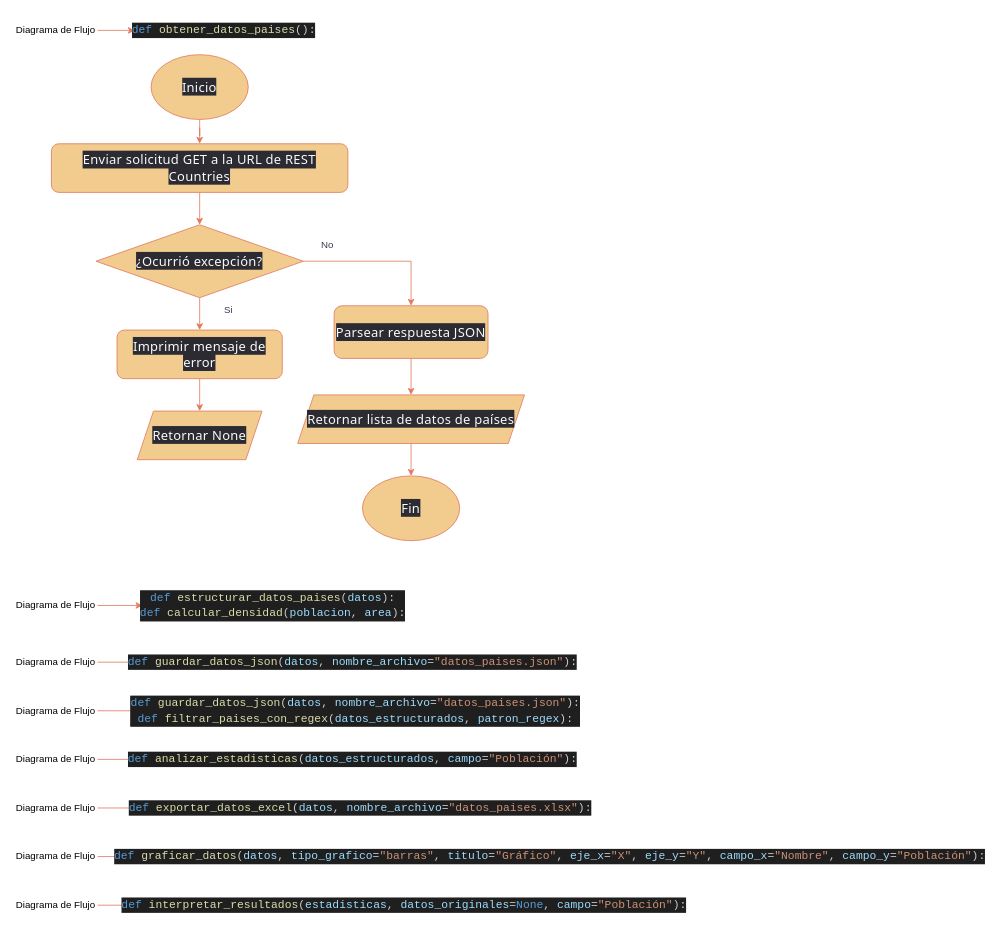
Earlier version of the draw.io diagram Diagrama.drawio (uanlCDMR-gif/PIA_G2). Source tidied: cells renumbered, new cells numbered last; positions are measured from the earlier drawing's top-left corner, leaving out a move shared by most shapes. Both pictures are drawn from the tidied source at 81%, with x=0, y=0 at pixel (14, 14).
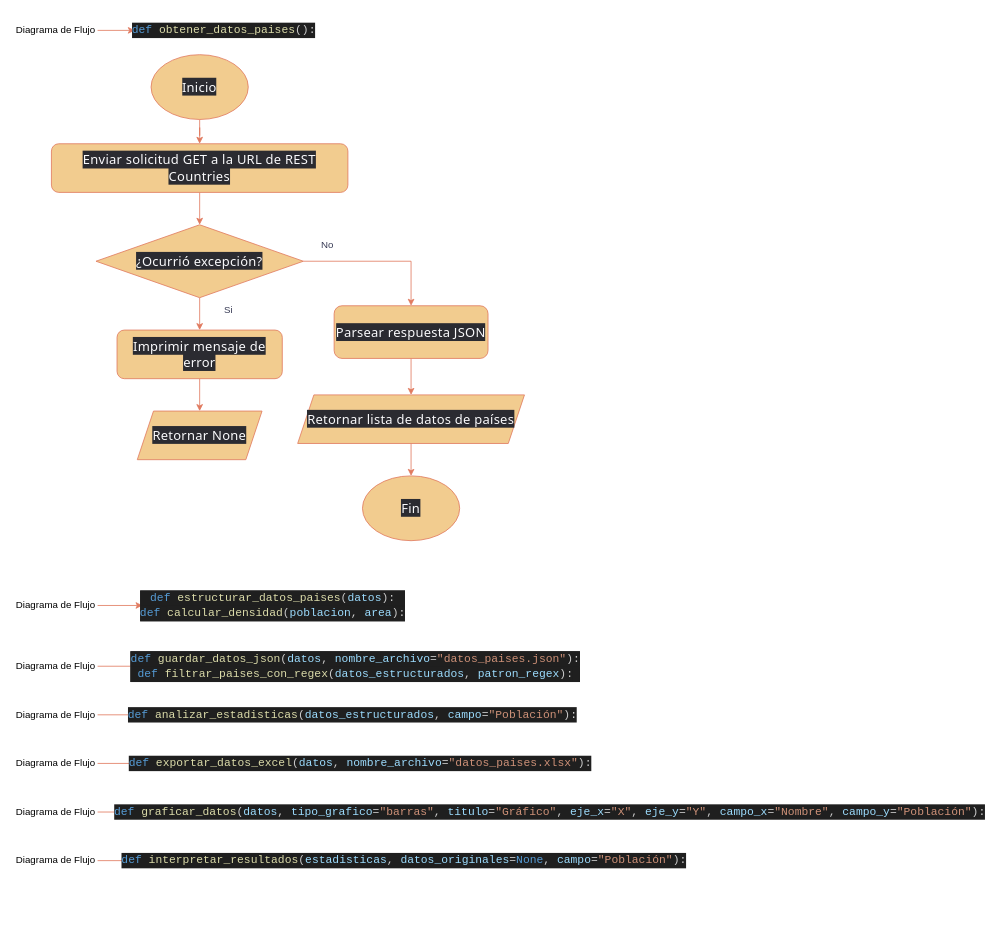
The same page after the edit.

The edit, as a diff of the source:
```diff
@@
-    <mxCell id="25" style="edgeStyle=orthogonalEdgeStyle;rounded=0;jettySize=auto;html=1;strokeColor=#E07A5F;fontColor=#393C56;fillColor=#F2CC8F;" parent="1" edge="1" source="26" target="27">
-      <mxGeometry relative="1" as="geometry" />
-    </mxCell>
-    <mxCell id="26" value="&lt;font style=&quot;color: light-dark(rgb(0, 0, 0), rgb(205, 162, 190));&quot;&gt;Diagrama de Flujo&lt;/font&gt;" style="text;html=1;align=center;verticalAlign=middle;whiteSpace=wrap;rounded=0;fontColor=#393C56;" parent="1" vertex="1">
-      <mxGeometry y="785" width="103" height="30" as="geometry" />
-    </mxCell>
-    <mxCell id="27" value="&lt;div style=&quot;color: rgb(204, 204, 204); background-color: rgb(31, 31, 31); font-family: Consolas, &amp;quot;Courier New&amp;quot;, monospace; font-size: 14px; line-height: 19px; white-space: pre;&quot;&gt;&lt;div style=&quot;color: rgb(204, 204, 204); background-color: rgb(31, 31, 31); line-height: 19px;&quot;&gt;&lt;div style=&quot;color: rgb(204, 204, 204); background-color: rgb(31, 31, 31); line-height: 19px;&quot;&gt;&lt;span style=&quot;color: #569cd6;&quot;&gt;def&lt;/span&gt; &lt;span style=&quot;color: #dcdcaa;&quot;&gt;guardar_datos_json&lt;/span&gt;(&lt;span style=&quot;color: #9cdcfe;&quot;&gt;datos&lt;/span&gt;, &lt;span style=&quot;color: #9cdcfe;&quot;&gt;nombre_archivo&lt;/span&gt;&lt;span style=&quot;color: #d4d4d4;&quot;&gt;=&lt;/span&gt;&lt;span style=&quot;color: #ce9178;&quot;&gt;&quot;datos_paises.json&quot;&lt;/span&gt;):&lt;/div&gt;&lt;/div&gt;&lt;/div&gt;" style="text;html=1;align=center;verticalAlign=middle;whiteSpace=wrap;rounded=0;fontColor=#393C56;" parent="1" vertex="1">
-      <mxGeometry x="158.5" y="780" width="517.5" height="40" as="geometry" />
-    </mxCell>
@@
     <mxCell id="29" value="&lt;font style=&quot;color: light-dark(rgb(0, 0, 0), rgb(205, 162, 190));&quot;&gt;Diagrama de Flujo&lt;/font&gt;" style="text;html=1;align=center;verticalAlign=middle;whiteSpace=wrap;rounded=0;fontColor=#393C56;" parent="1" vertex="1">
-      <mxGeometry y="845" width="103" height="30" as="geometry" />
+      <mxGeometry y="790" width="103" height="30" as="geometry" />
     </mxCell>
     <mxCell id="30" value="&lt;div style=&quot;color: rgb(204, 204, 204); background-color: rgb(31, 31, 31); font-family: Consolas, &amp;quot;Courier New&amp;quot;, monospace; font-size: 14px; line-height: 19px; white-space: pre;&quot;&gt;&lt;div style=&quot;color: rgb(204, 204, 204); background-color: rgb(31, 31, 31); line-height: 19px;&quot;&gt;&lt;div style=&quot;color: rgb(204, 204, 204); background-color: rgb(31, 31, 31); line-height: 19px;&quot;&gt;&lt;span style=&quot;color: rgb(86, 156, 214);&quot;&gt;def&lt;/span&gt; &lt;span style=&quot;color: rgb(220, 220, 170);&quot;&gt;guardar_datos_json&lt;/span&gt;(&lt;span style=&quot;color: rgb(156, 220, 254);&quot;&gt;datos&lt;/span&gt;, &lt;span style=&quot;color: rgb(156, 220, 254);&quot;&gt;nombre_archivo&lt;/span&gt;&lt;span style=&quot;color: rgb(212, 212, 212);&quot;&gt;=&lt;/span&gt;&lt;span style=&quot;color: rgb(206, 145, 120);&quot;&gt;&quot;datos_paises.json&quot;&lt;/span&gt;):&lt;/div&gt;&lt;div style=&quot;color: rgb(204, 204, 204); background-color: rgb(31, 31, 31); line-height: 19px;&quot;&gt;&lt;span style=&quot;color: rgb(86, 156, 214);&quot;&gt;def&lt;/span&gt;&lt;span style=&quot;background-color: light-dark(rgb(31, 31, 31), rgb(210, 210, 210)); color: light-dark(rgb(204, 204, 204), rgb(62, 62, 62));&quot;&gt; &lt;/span&gt;&lt;span style=&quot;color: rgb(220, 220, 170);&quot;&gt;filtrar_paises_con_regex&lt;/span&gt;&lt;span style=&quot;background-color: light-dark(rgb(31, 31, 31), rgb(210, 210, 210)); color: light-dark(rgb(204, 204, 204), rgb(62, 62, 62));&quot;&gt;(&lt;/span&gt;&lt;span style=&quot;color: rgb(156, 220, 254);&quot;&gt;datos_estructurados&lt;/span&gt;&lt;span style=&quot;background-color: light-dark(rgb(31, 31, 31), rgb(210, 210, 210)); color: light-dark(rgb(204, 204, 204), rgb(62, 62, 62));&quot;&gt;, &lt;/span&gt;&lt;span style=&quot;color: rgb(156, 220, 254);&quot;&gt;patron_regex&lt;/span&gt;&lt;span style=&quot;background-color: light-dark(rgb(31, 31, 31), rgb(210, 210, 210)); color: light-dark(rgb(204, 204, 204), rgb(62, 62, 62));&quot;&gt;):&lt;/span&gt;&lt;/div&gt;&lt;/div&gt;&lt;/div&gt;" style="text;html=1;align=center;verticalAlign=middle;whiteSpace=wrap;rounded=0;fontColor=#393C56;" parent="1" vertex="1">
-      <mxGeometry x="158" y="835" width="527" height="50" as="geometry" />
+      <mxGeometry x="158" y="780" width="527" height="50" as="geometry" />
     </mxCell>
@@
     <mxCell id="32" value="&lt;font style=&quot;color: light-dark(rgb(0, 0, 0), rgb(205, 162, 190));&quot;&gt;Diagrama de Flujo&lt;/font&gt;" style="text;html=1;align=center;verticalAlign=middle;whiteSpace=wrap;rounded=0;fontColor=#393C56;" parent="1" vertex="1">
-      <mxGeometry y="905" width="103" height="30" as="geometry" />
+      <mxGeometry y="850" width="103" height="30" as="geometry" />
     </mxCell>
     <mxCell id="33" value="&lt;div style=&quot;color: rgb(204, 204, 204); background-color: rgb(31, 31, 31); font-family: Consolas, &amp;quot;Courier New&amp;quot;, monospace; font-size: 14px; line-height: 19px; white-space: pre;&quot;&gt;&lt;div style=&quot;color: rgb(204, 204, 204); background-color: rgb(31, 31, 31); line-height: 19px;&quot;&gt;&lt;div style=&quot;color: rgb(204, 204, 204); background-color: rgb(31, 31, 31); line-height: 19px;&quot;&gt;&lt;div style=&quot;color: rgb(204, 204, 204); background-color: rgb(31, 31, 31); line-height: 19px;&quot;&gt;&lt;span style=&quot;color: #569cd6;&quot;&gt;def&lt;/span&gt; &lt;span style=&quot;color: #dcdcaa;&quot;&gt;analizar_estadisticas&lt;/span&gt;(&lt;span style=&quot;color: #9cdcfe;&quot;&gt;datos_estructurados&lt;/span&gt;, &lt;span style=&quot;color: #9cdcfe;&quot;&gt;campo&lt;/span&gt;&lt;span style=&quot;color: #d4d4d4;&quot;&gt;=&lt;/span&gt;&lt;span style=&quot;color: #ce9178;&quot;&gt;&quot;Población&quot;&lt;/span&gt;):&lt;/div&gt;&lt;/div&gt;&lt;/div&gt;&lt;/div&gt;" style="text;html=1;align=center;verticalAlign=middle;whiteSpace=wrap;rounded=0;fontColor=#393C56;" parent="1" vertex="1">
-      <mxGeometry x="158.5" y="900" width="517.5" height="40" as="geometry" />
+      <mxGeometry x="158.5" y="845" width="517.5" height="40" as="geometry" />
     </mxCell>
@@
     <mxCell id="35" value="&lt;font style=&quot;color: light-dark(rgb(0, 0, 0), rgb(205, 162, 190));&quot;&gt;Diagrama de Flujo&lt;/font&gt;" style="text;html=1;align=center;verticalAlign=middle;whiteSpace=wrap;rounded=0;fontColor=#393C56;" parent="1" vertex="1">
-      <mxGeometry y="965" width="103" height="30" as="geometry" />
+      <mxGeometry y="910" width="103" height="30" as="geometry" />
     </mxCell>
     <mxCell id="36" value="&lt;div style=&quot;color: rgb(204, 204, 204); background-color: rgb(31, 31, 31); font-family: Consolas, &amp;quot;Courier New&amp;quot;, monospace; font-size: 14px; line-height: 19px; white-space: pre;&quot;&gt;&lt;div style=&quot;color: rgb(204, 204, 204); background-color: rgb(31, 31, 31); line-height: 19px;&quot;&gt;&lt;div style=&quot;color: rgb(204, 204, 204); background-color: rgb(31, 31, 31); line-height: 19px;&quot;&gt;&lt;div style=&quot;color: rgb(204, 204, 204); background-color: rgb(31, 31, 31); line-height: 19px;&quot;&gt;&lt;span style=&quot;color: #569cd6;&quot;&gt;def&lt;/span&gt; &lt;span style=&quot;color: #dcdcaa;&quot;&gt;exportar_datos_excel&lt;/span&gt;(&lt;span style=&quot;color: #9cdcfe;&quot;&gt;datos&lt;/span&gt;, &lt;span style=&quot;color: #9cdcfe;&quot;&gt;nombre_archivo&lt;/span&gt;&lt;span style=&quot;color: #d4d4d4;&quot;&gt;=&lt;/span&gt;&lt;span style=&quot;color: #ce9178;&quot;&gt;&quot;datos_paises.xlsx&quot;&lt;/span&gt;):&lt;/div&gt;&lt;/div&gt;&lt;/div&gt;&lt;/div&gt;" style="text;html=1;align=center;verticalAlign=middle;whiteSpace=wrap;rounded=0;fontColor=#393C56;" parent="1" vertex="1">
-      <mxGeometry x="158.5" y="960" width="537" height="40" as="geometry" />
+      <mxGeometry x="158.5" y="905" width="537" height="40" as="geometry" />
     </mxCell>
@@
     <mxCell id="38" value="&lt;font style=&quot;color: light-dark(rgb(0, 0, 0), rgb(205, 162, 190));&quot;&gt;Diagrama de Flujo&lt;/font&gt;" style="text;html=1;align=center;verticalAlign=middle;whiteSpace=wrap;rounded=0;fontColor=#393C56;" parent="1" vertex="1">
-      <mxGeometry y="1025" width="103" height="30" as="geometry" />
+      <mxGeometry y="970" width="103" height="30" as="geometry" />
     </mxCell>
     <mxCell id="39" value="&lt;div style=&quot;color: rgb(204, 204, 204); background-color: rgb(31, 31, 31); font-family: Consolas, &amp;quot;Courier New&amp;quot;, monospace; font-size: 14px; line-height: 19px; white-space: pre;&quot;&gt;&lt;div style=&quot;color: rgb(204, 204, 204); background-color: rgb(31, 31, 31); line-height: 19px;&quot;&gt;&lt;div style=&quot;color: rgb(204, 204, 204); background-color: rgb(31, 31, 31); line-height: 19px;&quot;&gt;&lt;div style=&quot;color: rgb(204, 204, 204); background-color: rgb(31, 31, 31); line-height: 19px;&quot;&gt;&lt;span style=&quot;color: #569cd6;&quot;&gt;def&lt;/span&gt; &lt;span style=&quot;color: #dcdcaa;&quot;&gt;graficar_datos&lt;/span&gt;(&lt;span style=&quot;color: #9cdcfe;&quot;&gt;datos&lt;/span&gt;, &lt;span style=&quot;color: #9cdcfe;&quot;&gt;tipo_grafico&lt;/span&gt;&lt;span style=&quot;color: #d4d4d4;&quot;&gt;=&lt;/span&gt;&lt;span style=&quot;color: #ce9178;&quot;&gt;&quot;barras&quot;&lt;/span&gt;, &lt;span style=&quot;color: #9cdcfe;&quot;&gt;titulo&lt;/span&gt;&lt;span style=&quot;color: #d4d4d4;&quot;&gt;=&lt;/span&gt;&lt;span style=&quot;color: #ce9178;&quot;&gt;&quot;Gráfico&quot;&lt;/span&gt;, &lt;span style=&quot;color: #9cdcfe;&quot;&gt;eje_x&lt;/span&gt;&lt;span style=&quot;color: #d4d4d4;&quot;&gt;=&lt;/span&gt;&lt;span style=&quot;color: #ce9178;&quot;&gt;&quot;X&quot;&lt;/span&gt;, &lt;span style=&quot;color: #9cdcfe;&quot;&gt;eje_y&lt;/span&gt;&lt;span style=&quot;color: #d4d4d4;&quot;&gt;=&lt;/span&gt;&lt;span style=&quot;color: #ce9178;&quot;&gt;&quot;Y&quot;&lt;/span&gt;, &lt;span style=&quot;color: #9cdcfe;&quot;&gt;campo_x&lt;/span&gt;&lt;span style=&quot;color: #d4d4d4;&quot;&gt;=&lt;/span&gt;&lt;span style=&quot;color: #ce9178;&quot;&gt;&quot;Nombre&quot;&lt;/span&gt;, &lt;span style=&quot;color: #9cdcfe;&quot;&gt;campo_y&lt;/span&gt;&lt;span style=&quot;color: #d4d4d4;&quot;&gt;=&lt;/span&gt;&lt;span style=&quot;color: #ce9178;&quot;&gt;&quot;Población&quot;&lt;/span&gt;):&lt;/div&gt;&lt;/div&gt;&lt;/div&gt;&lt;/div&gt;" style="text;html=1;align=center;verticalAlign=middle;whiteSpace=wrap;rounded=0;fontColor=#393C56;" parent="1" vertex="1">
-      <mxGeometry x="158" y="1020" width="1007" height="40" as="geometry" />
+      <mxGeometry x="158" y="965" width="1007" height="40" as="geometry" />
     </mxCell>
@@
     <mxCell id="41" value="&lt;font style=&quot;color: light-dark(rgb(0, 0, 0), rgb(205, 162, 190));&quot;&gt;Diagrama de Flujo&lt;/font&gt;" style="text;html=1;align=center;verticalAlign=middle;whiteSpace=wrap;rounded=0;fontColor=#393C56;" parent="1" vertex="1">
-      <mxGeometry y="1085" width="103" height="30" as="geometry" />
+      <mxGeometry y="1030" width="103" height="30" as="geometry" />
     </mxCell>
     <mxCell id="42" value="&lt;div style=&quot;color: rgb(204, 204, 204); background-color: rgb(31, 31, 31); font-family: Consolas, &amp;quot;Courier New&amp;quot;, monospace; font-size: 14px; line-height: 19px; white-space: pre;&quot;&gt;&lt;div style=&quot;color: rgb(204, 204, 204); background-color: rgb(31, 31, 31); line-height: 19px;&quot;&gt;&lt;div style=&quot;color: rgb(204, 204, 204); background-color: rgb(31, 31, 31); line-height: 19px;&quot;&gt;&lt;div style=&quot;color: rgb(204, 204, 204); background-color: rgb(31, 31, 31); line-height: 19px;&quot;&gt;&lt;span style=&quot;color: #569cd6;&quot;&gt;def&lt;/span&gt; &lt;span style=&quot;color: #dcdcaa;&quot;&gt;interpretar_resultados&lt;/span&gt;(&lt;span style=&quot;color: #9cdcfe;&quot;&gt;estadisticas&lt;/span&gt;, &lt;span style=&quot;color: #9cdcfe;&quot;&gt;datos_originales&lt;/span&gt;&lt;span style=&quot;color: #d4d4d4;&quot;&gt;=&lt;/span&gt;&lt;span style=&quot;color: #569cd6;&quot;&gt;None&lt;/span&gt;, &lt;span style=&quot;color: #9cdcfe;&quot;&gt;campo&lt;/span&gt;&lt;span style=&quot;color: #d4d4d4;&quot;&gt;=&lt;/span&gt;&lt;span style=&quot;color: #ce9178;&quot;&gt;&quot;Población&quot;&lt;/span&gt;):&lt;/div&gt;&lt;/div&gt;&lt;/div&gt;&lt;/div&gt;" style="text;html=1;align=center;verticalAlign=middle;whiteSpace=wrap;rounded=0;fontColor=#393C56;" parent="1" vertex="1">
-      <mxGeometry x="158" y="1080" width="647" height="40" as="geometry" />
+      <mxGeometry x="158" y="1025" width="647" height="40" as="geometry" />
     </mxCell>
```
